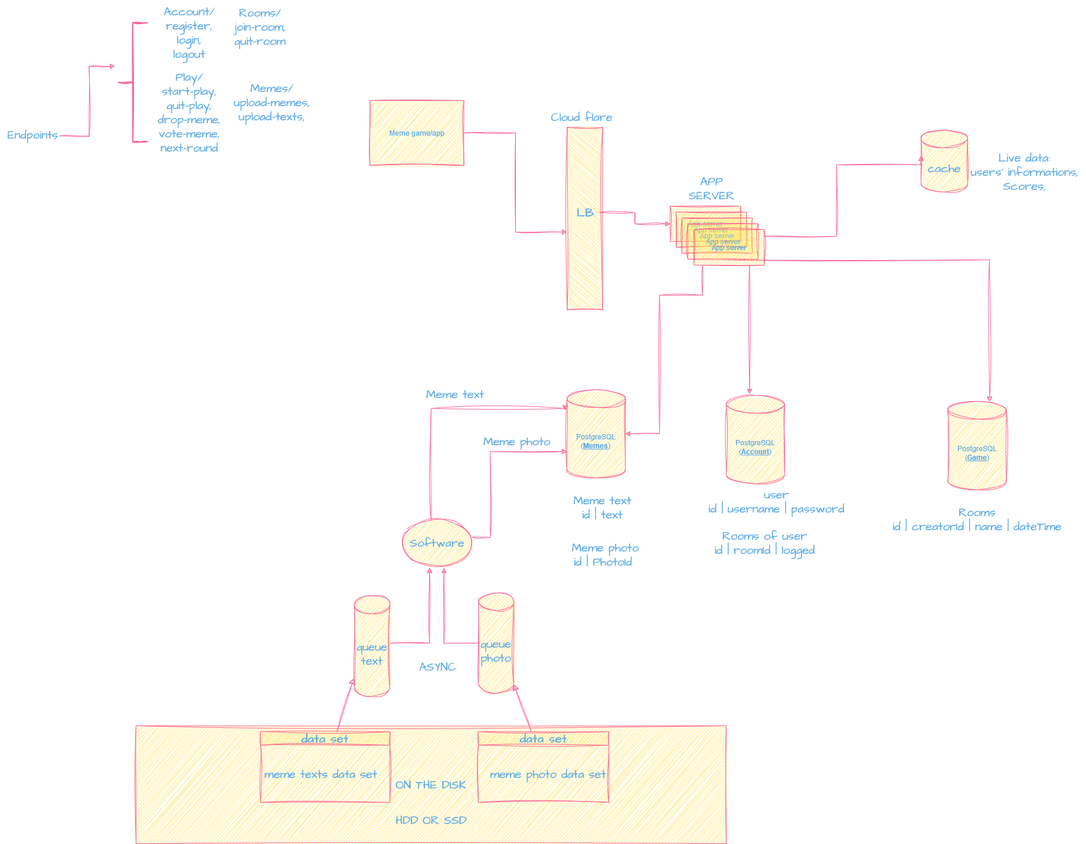
The draw.io diagram diagrams/memesystemdesign.png in schart/meme-game, before a commit. Source tidied: cells renumbered, new cells last; positions are measured from the earlier drawing's top-left corner, leaving out a move shared by most shapes.
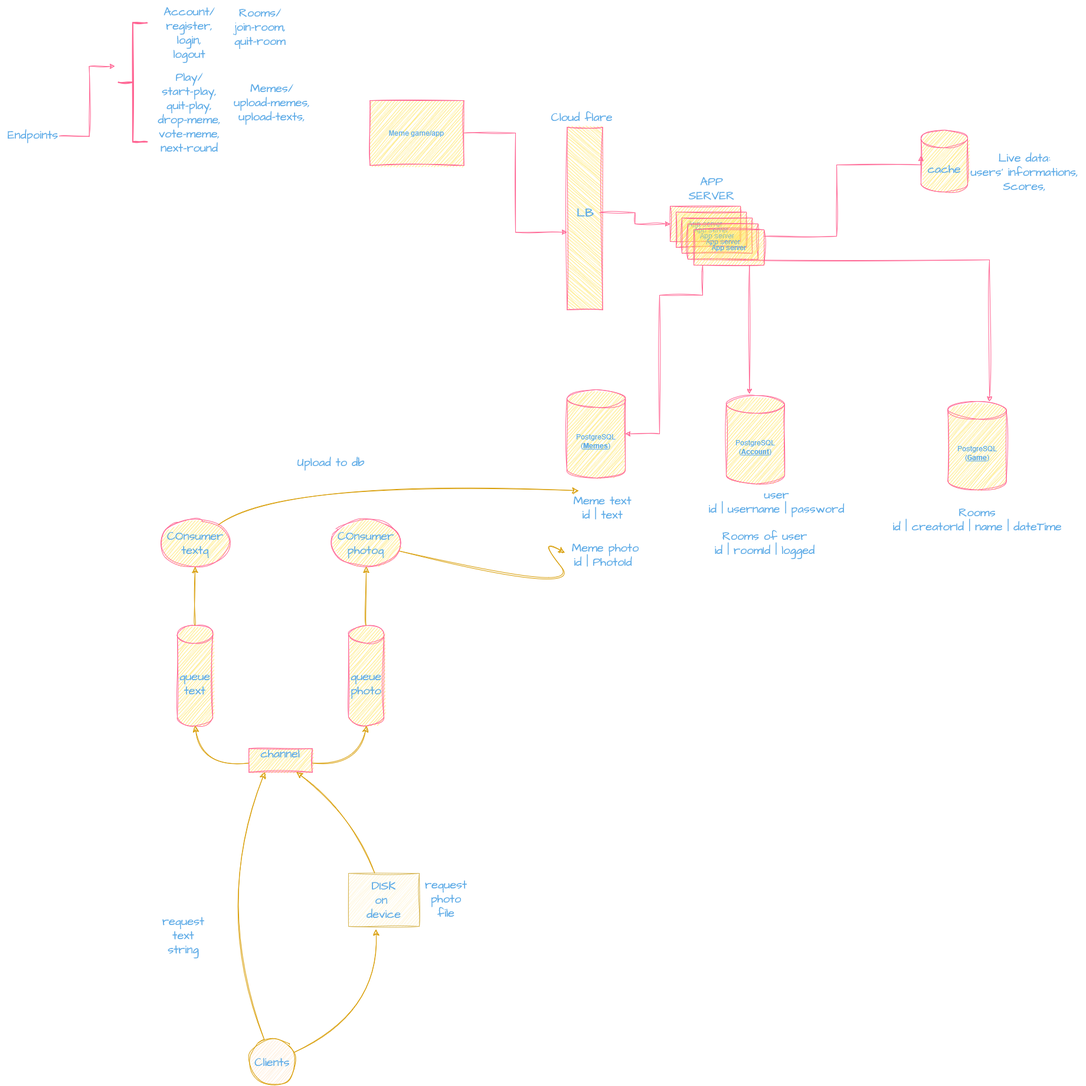
After the commit.

Diff of the diagram source:
```diff
@@ -2,9 +2,6 @@
   <root>
     <mxCell id="0" />
     <mxCell id="1" parent="0" />
-    <mxCell id="2" value="ON THE DISK" style="rounded=0;whiteSpace=wrap;html=1;hachureGap=4;fontFamily=Architects Daughter;fontSource=https%3A%2F%2Ffonts.googleapis.com%2Fcss%3Ffamily%3DArchitects%2BDaughter;fontSize=20;labelBackgroundColor=none;sketch=1;curveFitting=1;jiggle=2;fillColor=#FFE45E;strokeColor=#FF6392;fontColor=#5AA9E6;" parent="1" vertex="1">
-      <mxGeometry x="230" y="1230" width="1000" height="200" as="geometry" />
-    </mxCell>
     <mxCell id="3" value="&lt;div&gt;PostgreSQL&lt;/div&gt;&lt;div&gt;(&lt;b&gt;&lt;u&gt;Memes&lt;/u&gt;&lt;/b&gt;)&lt;br&gt;&lt;/div&gt;" style="shape=cylinder3;whiteSpace=wrap;html=1;boundedLbl=1;backgroundOutline=1;size=15;labelBackgroundColor=none;rounded=0;sketch=1;curveFitting=1;jiggle=2;fillColor=#FFE45E;strokeColor=#FF6392;fontColor=#5AA9E6;" parent="1" vertex="1">
       <mxGeometry x="960" y="660" width="99" height="150" as="geometry" />
     </mxCell>
@@ -64,48 +61,17 @@
     <mxCell id="21" style="strokeWidth=2;html=1;shape=mxgraph.flowchart.annotation_2;align=left;labelPosition=right;hachureGap=4;fontFamily=Architects Daughter;fontSource=https%3A%2F%2Ffonts.googleapis.com%2Fcss%3Ffamily%3DArchitects%2BDaughter;fontSize=20;rounded=0;labelBackgroundColor=none;sketch=1;curveFitting=1;jiggle=2;fillColor=#FFE45E;strokeColor=#FF6392;fontColor=#5AA9E6;" parent="1" vertex="1">
       <mxGeometry x="200" y="38" width="49" height="202" as="geometry" />
     </mxCell>
-    <mxCell id="22" style="edgeStyle=none;curved=1;rounded=0;sketch=1;hachureGap=4;jiggle=2;curveFitting=1;jettySize=auto;html=1;entryX=-0.019;entryY=0.824;entryDx=0;entryDy=0;entryPerimeter=0;strokeColor=#FF6392;fontFamily=Architects Daughter;fontSource=https%3A%2F%2Ffonts.googleapis.com%2Fcss%3Ffamily%3DArchitects%2BDaughter;fontSize=16;fontColor=#5AA9E6;startSize=8;endSize=8;fillColor=#FFE45E;" parent="1" edge="1" source="23" target="49">
-      <mxGeometry relative="1" as="geometry" />
-    </mxCell>
-    <mxCell id="23" value="data set" style="swimlane;whiteSpace=wrap;html=1;hachureGap=4;fontFamily=Architects Daughter;fontSource=https%3A%2F%2Ffonts.googleapis.com%2Fcss%3Ffamily%3DArchitects%2BDaughter;fontSize=20;labelBackgroundColor=none;rounded=0;sketch=1;curveFitting=1;jiggle=2;fillColor=#FFE45E;strokeColor=#FF6392;fontColor=#5AA9E6;" parent="1" vertex="1">
-      <mxGeometry x="441" y="1240" width="219" height="120" as="geometry" />
-    </mxCell>
-    <mxCell id="24" value="&lt;div&gt;&lt;span style=&quot;white-space: pre;&quot;&gt;&#9;&lt;/span&gt;&lt;span style=&quot;white-space: pre;&quot;&gt;&#9;&lt;/span&gt;&lt;/div&gt;&lt;div&gt;&lt;span style=&quot;white-space: pre;&quot;&gt;&#9;&lt;/span&gt;meme texts data set&lt;/div&gt;" style="text;html=1;align=center;verticalAlign=middle;strokeColor=none;fillColor=none;fontSize=20;fontFamily=Architects Daughter;labelBackgroundColor=none;rounded=0;sketch=1;curveFitting=1;jiggle=2;fontColor=#5AA9E6;" parent="23" vertex="1">
-      <mxGeometry x="-70.5" y="30" width="280" height="60" as="geometry" />
-    </mxCell>
-    <mxCell id="25" style="edgeStyle=none;curved=1;rounded=0;sketch=1;hachureGap=4;jiggle=2;curveFitting=1;jettySize=auto;html=1;entryX=1;entryY=1;entryDx=0;entryDy=-15;entryPerimeter=0;strokeColor=#FF6392;fontFamily=Architects Daughter;fontSource=https%3A%2F%2Ffonts.googleapis.com%2Fcss%3Ffamily%3DArchitects%2BDaughter;fontSize=16;fontColor=#5AA9E6;startSize=8;endSize=8;fillColor=#FFE45E;" parent="1" edge="1" source="26" target="47">
-      <mxGeometry relative="1" as="geometry" />
-    </mxCell>
-    <mxCell id="26" value="data set" style="swimlane;whiteSpace=wrap;html=1;hachureGap=4;fontFamily=Architects Daughter;fontSource=https%3A%2F%2Ffonts.googleapis.com%2Fcss%3Ffamily%3DArchitects%2BDaughter;fontSize=20;labelBackgroundColor=none;rounded=0;sketch=1;curveFitting=1;jiggle=2;fillColor=#FFE45E;strokeColor=#FF6392;fontColor=#5AA9E6;" parent="1" vertex="1">
-      <mxGeometry x="810" y="1240" width="221" height="120" as="geometry" />
-    </mxCell>
-    <mxCell id="27" value="&lt;div&gt;&lt;span style=&quot;white-space: pre;&quot;&gt;&#9;&lt;/span&gt;&lt;span style=&quot;white-space: pre;&quot;&gt;&#9;&lt;/span&gt;&lt;/div&gt;&lt;div&gt;&lt;span style=&quot;white-space: pre;&quot;&gt;&#9;&lt;/span&gt;meme photo data set&lt;/div&gt;" style="text;html=1;align=center;verticalAlign=middle;strokeColor=none;fillColor=none;fontSize=20;fontFamily=Architects Daughter;labelBackgroundColor=none;rounded=0;sketch=1;curveFitting=1;jiggle=2;fontColor=#5AA9E6;" parent="26" vertex="1">
-      <mxGeometry x="-54" y="30" width="280" height="60" as="geometry" />
-    </mxCell>
-    <mxCell id="28" style="edgeStyle=orthogonalEdgeStyle;rounded=0;hachureGap=4;jettySize=auto;html=1;fontFamily=Architects Daughter;fontSource=https%3A%2F%2Ffonts.googleapis.com%2Fcss%3Ffamily%3DArchitects%2BDaughter;fontSize=16;labelBackgroundColor=none;fontColor=default;entryX=-0.031;entryY=0.233;entryDx=0;entryDy=0;entryPerimeter=0;sketch=1;curveFitting=1;jiggle=2;strokeColor=#FF6392;" parent="1" edge="1" target="3">
-      <mxGeometry relative="1" as="geometry">
-        <mxPoint x="730" y="882.3" as="sourcePoint" />
-        <Array as="points">
-          <mxPoint x="730" y="692" />
-          <mxPoint x="957" y="692" />
-        </Array>
-      </mxGeometry>
-    </mxCell>
-    <mxCell id="29" style="edgeStyle=orthogonalEdgeStyle;rounded=0;hachureGap=4;jettySize=auto;html=1;entryX=0;entryY=0;entryDx=0;entryDy=105;entryPerimeter=0;fontFamily=Architects Daughter;fontSource=https%3A%2F%2Ffonts.googleapis.com%2Fcss%3Ffamily%3DArchitects%2BDaughter;fontSize=16;labelBackgroundColor=none;fontColor=default;sketch=1;curveFitting=1;jiggle=2;strokeColor=#FF6392;" parent="1" edge="1" target="3">
-      <mxGeometry relative="1" as="geometry">
-        <mxPoint x="799.6" y="910" as="sourcePoint" />
-        <Array as="points">
-          <mxPoint x="830" y="911" />
-          <mxPoint x="830" y="765" />
-        </Array>
-      </mxGeometry>
-    </mxCell>
+    <mxCell id="53" style="edgeStyle=none;curved=1;rounded=0;sketch=1;hachureGap=4;jiggle=2;curveFitting=1;jettySize=auto;html=1;entryX=0.01;entryY=0.439;entryDx=0;entryDy=0;entryPerimeter=0;fontFamily=Architects Daughter;fontSource=https%3A%2F%2Ffonts.googleapis.com%2Fcss%3Ffamily%3DArchitects%2BDaughter;fontSize=16;startSize=8;endSize=8;fillColor=#ffe6cc;strokeColor=#d79b00;" parent="1" edge="1" source="30" target="8">
+      <mxGeometry relative="1" as="geometry">
+        <Array as="points">
+          <mxPoint x="990" y="1010" />
+          <mxPoint x="910" y="910" />
+        </Array>
+      </mxGeometry>
+    </mxCell>
-    <mxCell id="30" value="&lt;div&gt;Software&lt;/div&gt;" style="ellipse;whiteSpace=wrap;html=1;hachureGap=4;fontFamily=Architects Daughter;fontSource=https%3A%2F%2Ffonts.googleapis.com%2Fcss%3Ffamily%3DArchitects%2BDaughter;fontSize=20;labelBackgroundColor=none;rounded=0;sketch=1;curveFitting=1;jiggle=2;fillColor=#FFE45E;strokeColor=#FF6392;fontColor=#5AA9E6;" parent="1" vertex="1">
-      <mxGeometry x="681" y="880" width="119" height="80" as="geometry" />
+    <mxCell id="30" value="&lt;div&gt;COnsumer&lt;/div&gt;&lt;div&gt;photoq&lt;br&gt;&lt;/div&gt;" style="ellipse;whiteSpace=wrap;html=1;hachureGap=4;fontFamily=Architects Daughter;fontSource=https%3A%2F%2Ffonts.googleapis.com%2Fcss%3Ffamily%3DArchitects%2BDaughter;fontSize=20;labelBackgroundColor=none;rounded=0;sketch=1;curveFitting=1;jiggle=2;fillColor=#FFE45E;strokeColor=#FF6392;fontColor=#5AA9E6;" parent="1" vertex="1">
+      <mxGeometry x="560.5" y="880" width="119" height="80" as="geometry" />
     </mxCell>
-    <mxCell id="31" value="&lt;div&gt;ASYNC&lt;/div&gt;" style="text;html=1;align=center;verticalAlign=middle;strokeColor=none;fillColor=none;fontSize=20;fontFamily=Architects Daughter;labelBackgroundColor=none;rounded=0;sketch=1;curveFitting=1;jiggle=2;fontColor=#5AA9E6;" parent="1" vertex="1">
-      <mxGeometry x="695.5" y="1110" width="90" height="40" as="geometry" />
-    </mxCell>
     <mxCell id="32" value="&lt;div&gt;Memes/&lt;/div&gt;&lt;div&gt;upload-memes,&lt;/div&gt;&lt;div&gt;upload-texts,&lt;/div&gt;&amp;nbsp;" style="text;html=1;align=center;verticalAlign=middle;fontSize=20;fontFamily=Architects Daughter;labelBackgroundColor=none;rounded=0;sketch=1;curveFitting=1;jiggle=2;fontColor=#5AA9E6;" parent="1" vertex="1">
       <mxGeometry x="385" y="130" width="150" height="110" as="geometry" />
     </mxCell>
@@ -163,36 +129,86 @@
     <mxCell id="43" value="App server" style="rounded=0;whiteSpace=wrap;html=1;labelBackgroundColor=none;sketch=1;curveFitting=1;jiggle=2;fillColor=#FFE45E;strokeColor=#FF6392;fontColor=#5AA9E6;" parent="1" vertex="1">
       <mxGeometry x="1175" y="389" width="119" height="60" as="geometry" />
     </mxCell>
-    <mxCell id="44" value="&lt;div&gt;Meme text&lt;/div&gt;" style="text;whiteSpace=wrap;html=1;fontSize=20;fontFamily=Architects Daughter;rounded=0;labelBackgroundColor=none;sketch=1;curveFitting=1;jiggle=2;fontColor=#5AA9E6;" parent="1" vertex="1">
-      <mxGeometry x="720" y="650" width="129" height="50" as="geometry" />
-    </mxCell>
-    <mxCell id="45" value="Meme photo" style="text;whiteSpace=wrap;html=1;fontSize=20;fontFamily=Architects Daughter;rounded=0;labelBackgroundColor=none;sketch=1;curveFitting=1;jiggle=2;fontColor=#5AA9E6;" parent="1" vertex="1">
-      <mxGeometry x="816.5" y="730" width="149" height="50" as="geometry" />
-    </mxCell>
-    <mxCell id="46" style="edgeStyle=orthogonalEdgeStyle;rounded=0;hachureGap=4;jettySize=auto;html=1;entryX=0.593;entryY=1.03;entryDx=0;entryDy=0;entryPerimeter=0;fontFamily=Architects Daughter;fontSource=https%3A%2F%2Ffonts.googleapis.com%2Fcss%3Ffamily%3DArchitects%2BDaughter;fontSize=16;labelBackgroundColor=none;fontColor=default;sketch=1;curveFitting=1;jiggle=2;strokeColor=#FF6392;" parent="1" edge="1" source="47" target="30">
+    <mxCell id="46" style="edgeStyle=none;curved=1;rounded=0;sketch=1;hachureGap=4;jiggle=2;curveFitting=1;jettySize=auto;html=1;fontFamily=Architects Daughter;fontSource=https%3A%2F%2Ffonts.googleapis.com%2Fcss%3Ffamily%3DArchitects%2BDaughter;fontSize=16;startSize=8;endSize=8;fillColor=#ffe6cc;strokeColor=#d79b00;" parent="1" edge="1" source="47" target="30">
       <mxGeometry relative="1" as="geometry" />
     </mxCell>
     <mxCell id="47" value="&lt;div&gt;queue&lt;/div&gt;&lt;div&gt;photo&lt;br&gt;&lt;/div&gt;" style="shape=cylinder3;whiteSpace=wrap;html=1;boundedLbl=1;backgroundOutline=1;size=15;hachureGap=4;fontFamily=Architects Daughter;fontSource=https%3A%2F%2Ffonts.googleapis.com%2Fcss%3Ffamily%3DArchitects%2BDaughter;fontSize=20;rounded=0;labelBackgroundColor=none;sketch=1;curveFitting=1;jiggle=2;fillColor=#FFE45E;strokeColor=#FF6392;fontColor=#5AA9E6;" parent="1" vertex="1">
-      <mxGeometry x="810" y="1005" width="60" height="170" as="geometry" />
+      <mxGeometry x="590" y="1060" width="60" height="170" as="geometry" />
     </mxCell>
-    <mxCell id="48" style="edgeStyle=orthogonalEdgeStyle;rounded=0;hachureGap=4;jettySize=auto;html=1;entryX=0.389;entryY=1.03;entryDx=0;entryDy=0;entryPerimeter=0;fontFamily=Architects Daughter;fontSource=https%3A%2F%2Ffonts.googleapis.com%2Fcss%3Ffamily%3DArchitects%2BDaughter;fontSize=16;labelBackgroundColor=none;fontColor=default;sketch=1;curveFitting=1;jiggle=2;strokeColor=#FF6392;" parent="1" edge="1" source="49" target="30">
-      <mxGeometry relative="1" as="geometry">
-        <Array as="points">
-          <mxPoint x="727" y="1090" />
-        </Array>
-      </mxGeometry>
-    </mxCell>
+    <mxCell id="54" style="edgeStyle=none;curved=1;rounded=0;sketch=1;hachureGap=4;jiggle=2;curveFitting=1;jettySize=auto;html=1;fontFamily=Architects Daughter;fontSource=https%3A%2F%2Ffonts.googleapis.com%2Fcss%3Ffamily%3DArchitects%2BDaughter;fontSize=16;startSize=8;endSize=8;fillColor=#ffe6cc;strokeColor=#d79b00;" parent="1" edge="1" source="49" target="56">
+      <mxGeometry relative="1" as="geometry" />
+    </mxCell>
     <mxCell id="49" value="&lt;div&gt;queue&lt;/div&gt;&lt;div&gt;text&lt;br&gt;&lt;/div&gt;" style="shape=cylinder3;whiteSpace=wrap;html=1;boundedLbl=1;backgroundOutline=1;size=15;hachureGap=4;fontFamily=Architects Daughter;fontSource=https%3A%2F%2Ffonts.googleapis.com%2Fcss%3Ffamily%3DArchitects%2BDaughter;fontSize=20;rounded=0;labelBackgroundColor=none;sketch=1;curveFitting=1;jiggle=2;fillColor=#FFE45E;strokeColor=#FF6392;fontColor=#5AA9E6;" parent="1" vertex="1">
-      <mxGeometry x="600" y="1010" width="60" height="170" as="geometry" />
+      <mxGeometry x="300" y="1060" width="60" height="170" as="geometry" />
     </mxCell>
     <mxCell id="50" value="&lt;div&gt;Cloud flare&lt;/div&gt;&lt;div&gt;&lt;br&gt;&lt;/div&gt;" style="text;html=1;align=center;verticalAlign=middle;strokeColor=none;fillColor=none;fontSize=20;fontFamily=Architects Daughter;labelBackgroundColor=none;rounded=0;sketch=1;curveFitting=1;jiggle=2;fontColor=#5AA9E6;" parent="1" vertex="1">
       <mxGeometry x="920" y="180" width="130" height="60" as="geometry" />
     </mxCell>
-    <mxCell id="51" value="HDD OR SSD" style="text;html=1;align=center;verticalAlign=middle;strokeColor=none;fillColor=none;fontSize=20;fontFamily=Architects Daughter;labelBackgroundColor=none;rounded=0;sketch=1;curveFitting=1;jiggle=2;fontColor=#5AA9E6;" parent="1" vertex="1">
-      <mxGeometry x="660" y="1370" width="140" height="40" as="geometry" />
-    </mxCell>
     <mxCell id="52" value="&lt;div&gt;APP&lt;/div&gt;&lt;div&gt;SERVER&lt;br&gt;&lt;/div&gt;" style="text;html=1;align=center;verticalAlign=middle;strokeColor=none;fillColor=none;fontSize=20;fontFamily=Architects Daughter;labelBackgroundColor=none;fontColor=#5AA9E6;" parent="1" vertex="1">
       <mxGeometry x="1154.5" y="289" width="100" height="60" as="geometry" />
     </mxCell>
+    <mxCell id="55" style="edgeStyle=none;curved=1;rounded=0;sketch=1;hachureGap=4;jiggle=2;curveFitting=1;jettySize=auto;html=1;entryX=0.164;entryY=0.022;entryDx=0;entryDy=0;entryPerimeter=0;fontFamily=Architects Daughter;fontSource=https%3A%2F%2Ffonts.googleapis.com%2Fcss%3Ffamily%3DArchitects%2BDaughter;fontSize=16;startSize=8;endSize=8;fillColor=#ffe6cc;strokeColor=#d79b00;" parent="1" edge="1" source="56" target="12">
+      <mxGeometry relative="1" as="geometry">
+        <Array as="points">
+          <mxPoint x="470" y="810" />
+        </Array>
+      </mxGeometry>
+    </mxCell>
+    <mxCell id="56" value="&lt;div&gt;COnsumer&lt;/div&gt;&lt;div&gt;textq&lt;br&gt;&lt;/div&gt;" style="ellipse;whiteSpace=wrap;html=1;hachureGap=4;fontFamily=Architects Daughter;fontSource=https%3A%2F%2Ffonts.googleapis.com%2Fcss%3Ffamily%3DArchitects%2BDaughter;fontSize=20;labelBackgroundColor=none;rounded=0;sketch=1;curveFitting=1;jiggle=2;fillColor=#FFE45E;strokeColor=#FF6392;fontColor=#5AA9E6;" parent="1" vertex="1">
+      <mxGeometry x="270.5" y="880" width="119" height="80" as="geometry" />
+    </mxCell>
+    <mxCell id="57" style="edgeStyle=none;curved=1;rounded=0;sketch=1;hachureGap=4;jiggle=2;curveFitting=1;jettySize=auto;html=1;entryX=0.5;entryY=1;entryDx=0;entryDy=0;entryPerimeter=0;fontFamily=Architects Daughter;fontSource=https%3A%2F%2Ffonts.googleapis.com%2Fcss%3Ffamily%3DArchitects%2BDaughter;fontSize=16;startSize=8;endSize=8;fillColor=#ffe6cc;strokeColor=#d79b00;" parent="1" edge="1" source="59" target="47">
+      <mxGeometry relative="1" as="geometry">
+        <Array as="points">
+          <mxPoint x="610" y="1300" />
+        </Array>
+      </mxGeometry>
+    </mxCell>
+    <mxCell id="58" style="edgeStyle=none;curved=1;rounded=0;sketch=1;hachureGap=4;jiggle=2;curveFitting=1;jettySize=auto;html=1;entryX=0.5;entryY=1;entryDx=0;entryDy=0;entryPerimeter=0;fontFamily=Architects Daughter;fontSource=https%3A%2F%2Ffonts.googleapis.com%2Fcss%3Ffamily%3DArchitects%2BDaughter;fontSize=16;startSize=8;endSize=8;fillColor=#ffe6cc;strokeColor=#d79b00;" parent="1" edge="1" source="59" target="49">
+      <mxGeometry relative="1" as="geometry">
+        <Array as="points">
+          <mxPoint x="340" y="1300" />
+        </Array>
+      </mxGeometry>
+    </mxCell>
+    <mxCell id="59" value="&lt;div&gt;channel&lt;/div&gt;&lt;div&gt;&lt;br&gt;&lt;/div&gt;" style="rounded=0;whiteSpace=wrap;html=1;hachureGap=4;fontFamily=Architects Daughter;fontSource=https%3A%2F%2Ffonts.googleapis.com%2Fcss%3Ffamily%3DArchitects%2BDaughter;fontSize=20;labelBackgroundColor=none;sketch=1;curveFitting=1;jiggle=2;fillColor=#FFE45E;strokeColor=#FF6392;fontColor=#5AA9E6;rotation=0;" parent="1" vertex="1">
+      <mxGeometry x="421.4" y="1268.6" width="107.2" height="40" as="geometry" />
+    </mxCell>
+    <mxCell id="60" style="edgeStyle=none;curved=1;rounded=0;sketch=1;hachureGap=4;jiggle=2;curveFitting=1;jettySize=auto;html=1;fontFamily=Architects Daughter;fontSource=https%3A%2F%2Ffonts.googleapis.com%2Fcss%3Ffamily%3DArchitects%2BDaughter;fontSize=16;startSize=8;endSize=8;fillColor=#ffe6cc;strokeColor=#d79b00;entryX=0.25;entryY=1;entryDx=0;entryDy=0;" parent="1" edge="1" source="62" target="59">
+      <mxGeometry relative="1" as="geometry">
+        <Array as="points">
+          <mxPoint x="360" y="1530" />
+        </Array>
+      </mxGeometry>
+    </mxCell>
+    <mxCell id="61" style="edgeStyle=none;curved=1;rounded=0;sketch=1;hachureGap=4;jiggle=2;curveFitting=1;jettySize=auto;html=1;entryX=0.39;entryY=1.052;entryDx=0;entryDy=0;entryPerimeter=0;fontFamily=Architects Daughter;fontSource=https%3A%2F%2Ffonts.googleapis.com%2Fcss%3Ffamily%3DArchitects%2BDaughter;fontSize=16;startSize=8;endSize=8;fillColor=#ffe6cc;strokeColor=#d79b00;" parent="1" edge="1" source="62" target="66">
+      <mxGeometry relative="1" as="geometry">
+        <Array as="points">
+          <mxPoint x="640" y="1720" />
+        </Array>
+      </mxGeometry>
+    </mxCell>
+    <mxCell id="62" value="&lt;font color=&quot;#5aa9e6&quot;&gt;Clients&lt;/font&gt;" style="ellipse;whiteSpace=wrap;html=1;sketch=1;hachureGap=4;jiggle=2;curveFitting=1;fontFamily=Architects Daughter;fontSource=https%3A%2F%2Ffonts.googleapis.com%2Fcss%3Ffamily%3DArchitects%2BDaughter;fontSize=20;fillColor=#ffe6cc;strokeColor=#d79b00;" parent="1" vertex="1">
+      <mxGeometry x="421.4" y="1760" width="80" height="80" as="geometry" />
+    </mxCell>
+    <mxCell id="63" value="&lt;div&gt;&lt;font color=&quot;#5aa9e6&quot;&gt;&lt;br&gt;&lt;/font&gt;&lt;/div&gt;&lt;div&gt;&lt;font color=&quot;#5aa9e6&quot;&gt;request&lt;/font&gt;&lt;/div&gt;&lt;div&gt;&lt;font color=&quot;#5aa9e6&quot;&gt;text&lt;/font&gt;&lt;/div&gt;&lt;div&gt;&lt;font color=&quot;#5aa9e6&quot;&gt;string&lt;br&gt;&lt;/font&gt;&lt;/div&gt;&lt;div&gt;&lt;font color=&quot;#5aa9e6&quot;&gt;&lt;br&gt;&lt;/font&gt;&lt;/div&gt;" style="text;html=1;align=center;verticalAlign=middle;fontSize=20;fontFamily=Architects Daughter;fontColor=#ffffff;" parent="1" vertex="1">
+      <mxGeometry x="265" y="1520" width="90" height="130" as="geometry" />
+    </mxCell>
+    <mxCell id="64" value="&lt;div&gt;request&lt;/div&gt;&lt;div&gt;photo&lt;/div&gt;&lt;div&gt;file&lt;br&gt;&lt;/div&gt;&lt;div&gt;&lt;br&gt;&lt;/div&gt;" style="text;html=1;align=center;verticalAlign=middle;fontSize=20;fontFamily=Architects Daughter;fontColor=#5AA9E6;" parent="1" vertex="1">
+      <mxGeometry x="710" y="1480" width="90" height="110" as="geometry" />
+    </mxCell>
+    <mxCell id="65" style="edgeStyle=none;curved=1;rounded=0;sketch=1;hachureGap=4;jiggle=2;curveFitting=1;jettySize=auto;html=1;entryX=0.75;entryY=1;entryDx=0;entryDy=0;fontFamily=Architects Daughter;fontSource=https%3A%2F%2Ffonts.googleapis.com%2Fcss%3Ffamily%3DArchitects%2BDaughter;fontSize=16;startSize=8;endSize=8;fillColor=#ffe6cc;strokeColor=#d79b00;" parent="1" edge="1" source="66" target="59">
+      <mxGeometry relative="1" as="geometry">
+        <Array as="points">
+          <mxPoint x="600" y="1380" />
+        </Array>
+      </mxGeometry>
+    </mxCell>
+    <mxCell id="66" value="&lt;div&gt;&lt;font color=&quot;#5aa9e6&quot;&gt;DISK&lt;/font&gt;&lt;/div&gt;&lt;div&gt;&lt;font color=&quot;#5aa9e6&quot;&gt;on&amp;nbsp;&lt;/font&gt;&lt;/div&gt;&lt;div&gt;&lt;font color=&quot;#5aa9e6&quot;&gt;device&lt;br&gt;&lt;/font&gt;&lt;/div&gt;" style="rounded=0;whiteSpace=wrap;html=1;sketch=1;hachureGap=4;jiggle=2;curveFitting=1;fontFamily=Architects Daughter;fontSource=https%3A%2F%2Ffonts.googleapis.com%2Fcss%3Ffamily%3DArchitects%2BDaughter;fontSize=20;fillColor=#fff2cc;strokeColor=#d6b656;" parent="1" vertex="1">
+      <mxGeometry x="590" y="1480" width="120" height="90" as="geometry" />
+    </mxCell>
+    <mxCell id="67" value="Upload to db" style="text;html=1;align=center;verticalAlign=middle;strokeColor=none;fillColor=none;fontSize=20;fontFamily=Architects Daughter;fontColor=#5AA9E6;" parent="1" vertex="1">
+      <mxGeometry x="490" y="763" width="140" height="40" as="geometry" />
+    </mxCell>
   </root>
 </mxGraphModel>
```
